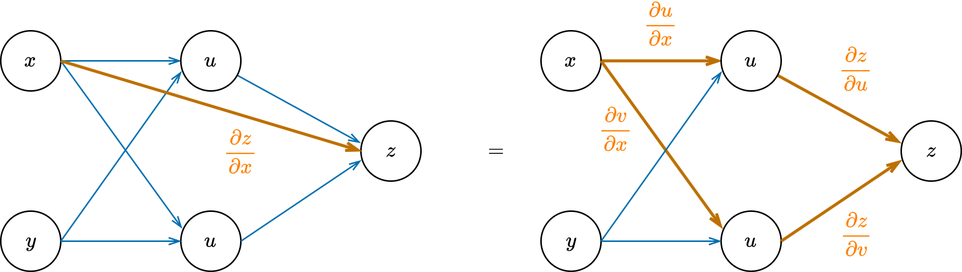
The draw.io diagram 第1回/img/chain-rule-of-multivariable-functions.png in shhchan/-----------, before a commit. Source tidied: cells renumbered, new cells last; positions are measured from the earlier drawing's top-left corner, leaving out a move shared by most shapes.
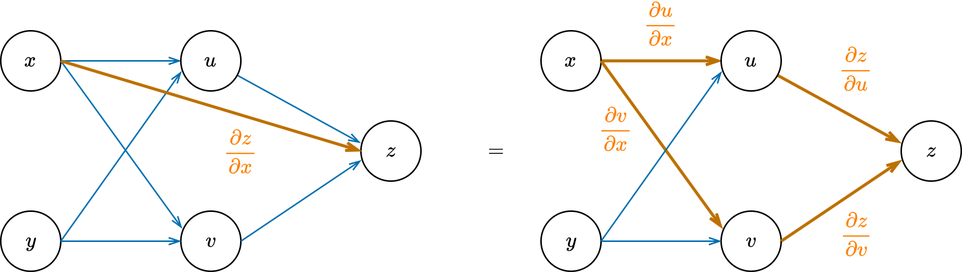
Above is the later version.

The edit, as a diff of the source:
```diff
@@ -20,7 +20,7 @@
     <mxCell id="7" value="\(y\)" style="ellipse;whiteSpace=wrap;html=1;" parent="1" vertex="1">
       <mxGeometry y="140" width="40" height="40" as="geometry" />
     </mxCell>
-    <mxCell id="8" value="\(u\)" style="ellipse;whiteSpace=wrap;html=1;" parent="1" vertex="1">
+    <mxCell id="8" value="\(v\)" style="ellipse;whiteSpace=wrap;html=1;" parent="1" vertex="1">
       <mxGeometry x="120" y="140" width="40" height="40" as="geometry" />
     </mxCell>
     <mxCell id="9" style="edgeStyle=orthogonalEdgeStyle;rounded=0;jettySize=auto;html=1;fillColor=#1ba1e2;strokeColor=#006EAF;verticalAlign=top;labelBackgroundColor=none;fontColor=#6C8EBF;exitX=1;exitY=0.5;exitDx=0;exitDy=0;entryX=0;entryY=0.5;entryDx=0;entryDy=0;endArrow=openThin;endFill=0;" parent="1" edge="1" source="7" target="8">
@@ -53,7 +53,7 @@
     <mxCell id="18" value="\(y\)" style="ellipse;whiteSpace=wrap;html=1;" parent="1" vertex="1">
       <mxGeometry x="360" y="140" width="40" height="40" as="geometry" />
     </mxCell>
-    <mxCell id="19" value="\(u\)" style="ellipse;whiteSpace=wrap;html=1;" parent="1" vertex="1">
+    <mxCell id="19" value="\(v\)" style="ellipse;whiteSpace=wrap;html=1;" parent="1" vertex="1">
       <mxGeometry x="480" y="140" width="40" height="40" as="geometry" />
     </mxCell>
     <mxCell id="20" style="edgeStyle=orthogonalEdgeStyle;rounded=0;jettySize=auto;html=1;fillColor=#1ba1e2;strokeColor=#006EAF;verticalAlign=top;labelBackgroundColor=none;fontColor=#6C8EBF;exitX=1;exitY=0.5;exitDx=0;exitDy=0;entryX=0;entryY=0.5;entryDx=0;entryDy=0;endArrow=openThin;endFill=0;" parent="1" edge="1" source="18" target="19">
```
